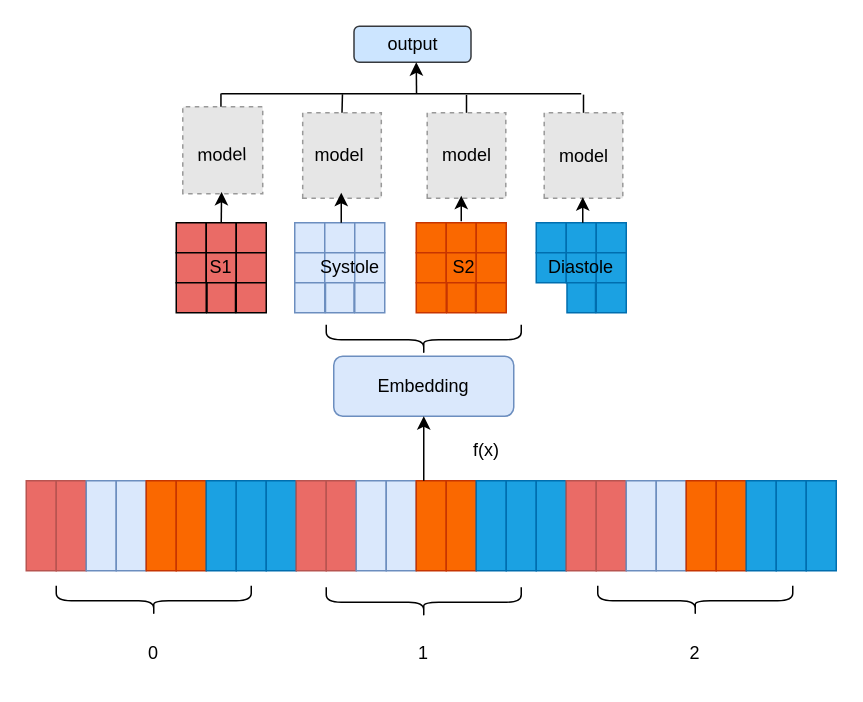
Before: 心音长时时序诊断.drawio in lhwjsj/Diagram, a draw.io diagram. Source tidied: cells renumbered, new cells numbered last; positions are measured from the earlier drawing's top-left corner, leaving out a move shared by most shapes. Both pictures are drawn from the tidied source at 150%, with x=0, y=0 at pixel (26, 26). Pictures stored in the file or linked from it are replaced by grey dashed boxes.
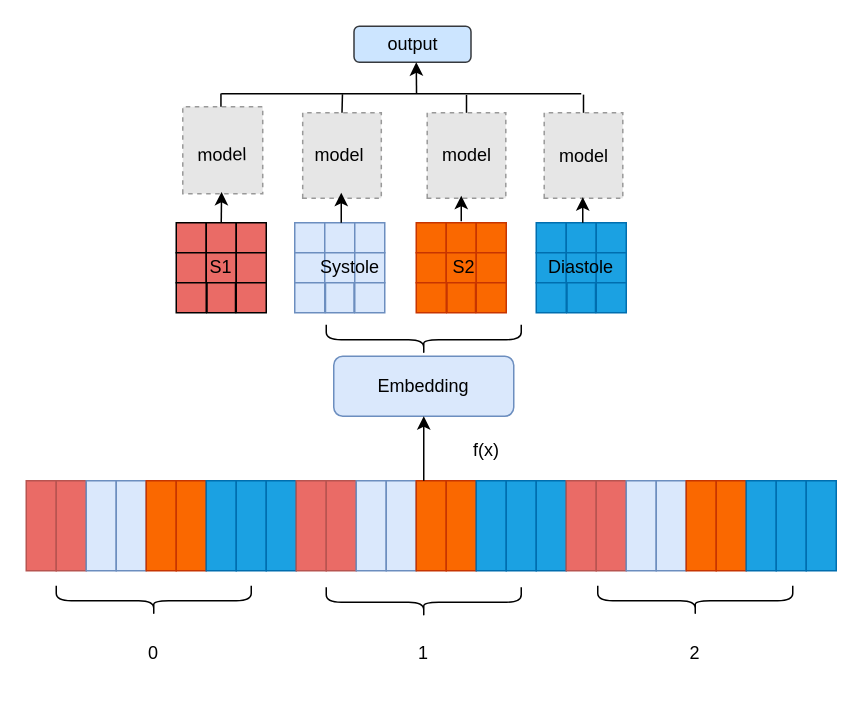
The same page after the edit.

Commit message (it also covers changes not shown here):
更新心音长时时序诊断.drawio

Change to the diagram source:
```diff
@@
+    <mxCell id="97" style="rounded=0;whiteSpace=wrap;html=1;fillColor=#1ba1e2;strokeColor=#006EAF;fontColor=#ffffff;" parent="1" vertex="1">
+      <mxGeometry x="340" y="171" width="20" height="20" as="geometry" />
+    </mxCell>
```
